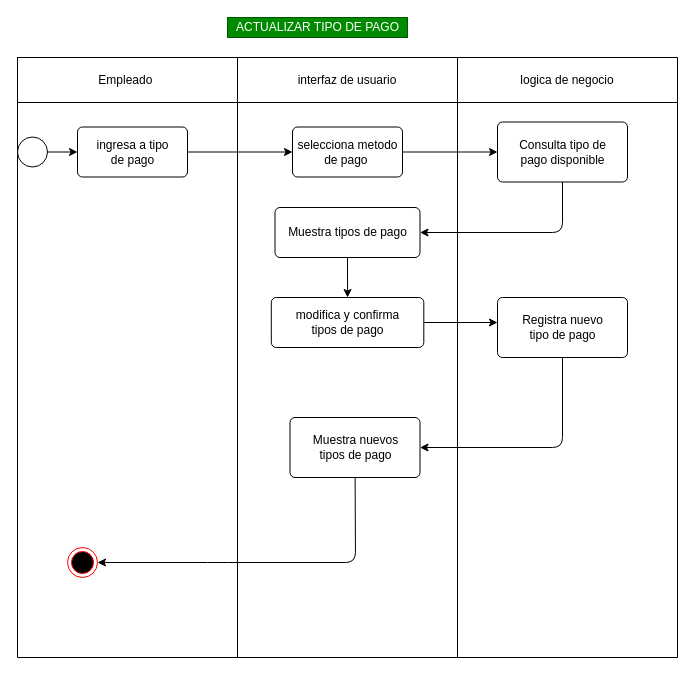
Above: Diagramas_Actividad/DAE.9.2.drawio in DavidArtavia/Activity_Diagram- (draw.io), before the change. Source tidied: cells renumbered, new cells numbered last; positions are measured from the earlier drawing's top-left corner, leaving out a move shared by most shapes. Both pictures are drawn from the tidied source at 100%, with x=0, y=0 at pixel (17, 17).
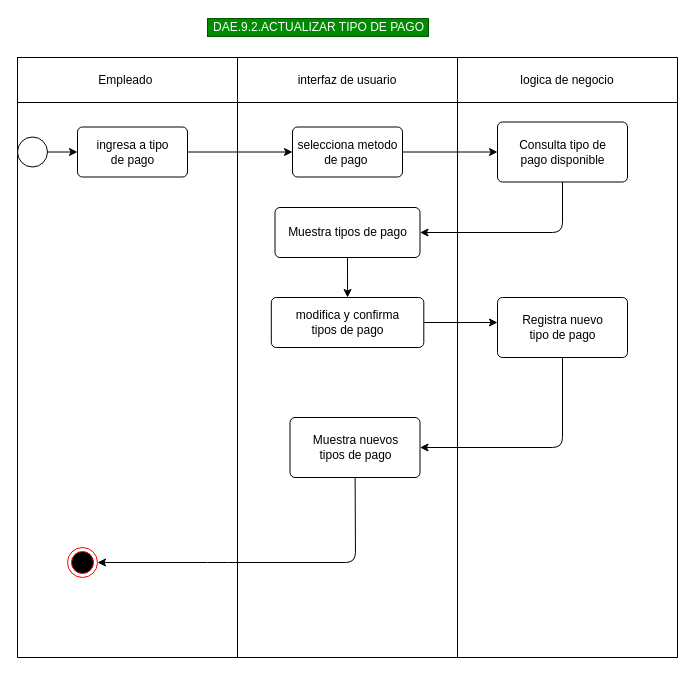
After the change.

Diff of the diagram source:
```diff
@@
-    <mxCell id="2" value="ACTUALIZAR TIPO DE PAGO" style="text;html=1;align=center;verticalAlign=middle;rounded=0;fillColor=#008a00;fontColor=#ffffff;strokeColor=#005700;" parent="1" vertex="1">
-      <mxGeometry x="210" width="180" height="20" as="geometry" />
+    <mxCell id="2" value="DAE.9.2.ACTUALIZAR TIPO DE PAGO" style="text;html=1;align=center;verticalAlign=middle;rounded=0;fillColor=#008a00;fontColor=#ffffff;strokeColor=#005700;" parent="1" vertex="1">
+      <mxGeometry x="190" y="1" width="221" height="18" as="geometry" />
     </mxCell>
```
